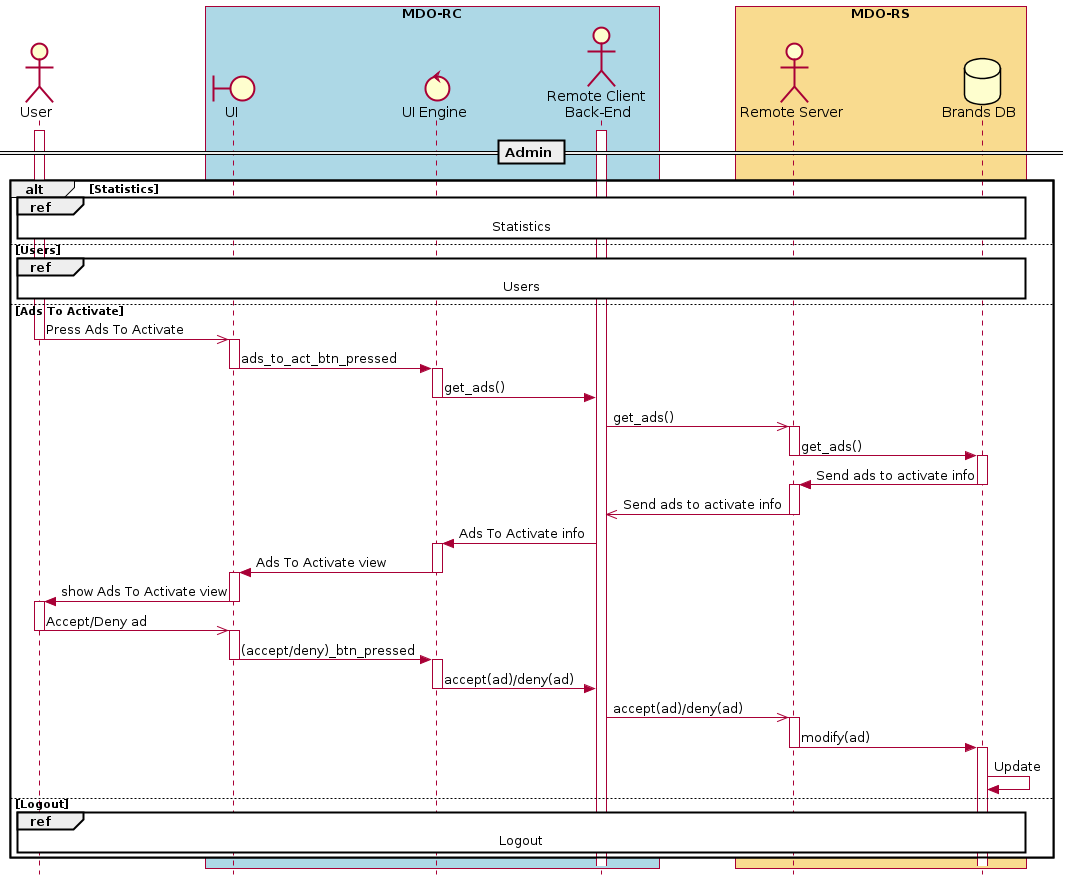
Earlier version of the PlantUML export Proj/report/img/seq-rc-admin-ads-to-act.png (ElectroQuanta/MDO). Its diagram source:
```plantuml
@startuml
skinparam style strictuml
hide footbox


actor User
box "MDO-RC" #LightBlue
boundary "UI" as UI
control "UI Engine" as UIE
actor "Remote Client \nBack-End" as RC
endbox
box "MDO-RS" #f9db8f
actor "Remote Server" as RS
database "Brands DB" as BrandDB
endbox

== Admin ==
activate RC
alt Statistics
 ref over User, UI, UIE, RC, RS, BrandDB: Statistics
else  Users
 ref over User, UI, UIE, RC, RS, BrandDB: Users
else Ads To Activate
 activate User
 User ->> UI : Press Ads To Activate
 deactivate User
 activate UI
 UI -> UIE : ads_to_act_btn_pressed
 deactivate UI
 activate UIE
 UIE -> RC : get_ads()
 deactivate UIE
 RC ->> RS : get_ads()
 activate RS
 RS -> BrandDB : get_ads()
 deactivate RS
 activate BrandDB
 BrandDB -> RS : Send ads to activate info
 deactivate BrandDB
 activate RS
 RS ->> RC : Send ads to activate info
 deactivate RS
 RC -> UIE : Ads To Activate info
 activate UIE
 UIE -> UI : Ads To Activate view
 deactivate UIE
 activate UI
 UI -> User : show Ads To Activate view
 deactivate UI
 activate User
 User ->> UI : Accept/Deny ad
 deactivate User
 activate UI
 UI -> UIE : (accept/deny)_btn_pressed
 deactivate UI
 activate UIE
 UIE -> RC : accept(ad)/deny(ad)
 deactivate UIE
 RC ->> RS : accept(ad)/deny(ad)
 activate RS
 RS -> BrandDB : modify(ad)
 deactivate RS
 activate BrandDB
 BrandDB -> BrandDB : Update
else Logout
  ref over User, UI, UIE, RC, RS, BrandDB: Logout
 end
deactivate User
activate UI
deactivate UI
activate UIE
@enduml
```
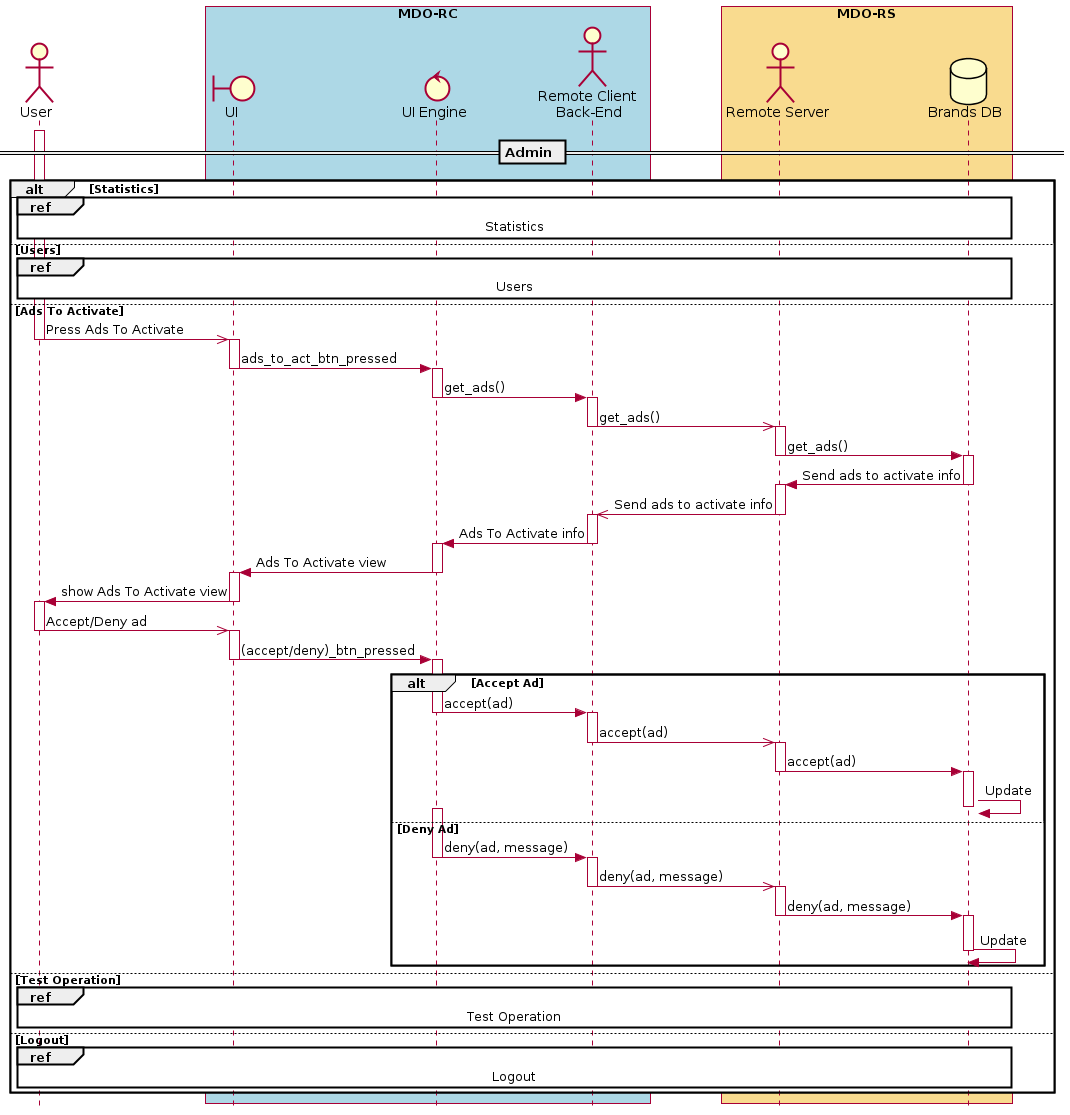
Above is the later version.

Diff of the diagram source:
```diff
@@ -15,7 +15,6 @@
 endbox
 
 == Admin ==
-activate RC
 alt Statistics
  ref over User, UI, UIE, RC, RS, BrandDB: Statistics
 else  Users
@@ -30,7 +29,9 @@
  activate UIE
  UIE -> RC : get_ads()
  deactivate UIE
+ activate RC
  RC ->> RS : get_ads()
+ deactivate RC
  activate RS
  RS -> BrandDB : get_ads()
  deactivate RS
@@ -40,7 +41,9 @@
  activate RS
  RS ->> RC : Send ads to activate info
  deactivate RS
+ activate RC
  RC -> UIE : Ads To Activate info
+ deactivate RC
  activate UIE
  UIE -> UI : Ads To Activate view
  deactivate UIE
@@ -53,18 +56,38 @@
  activate UI
  UI -> UIE : (accept/deny)_btn_pressed
  deactivate UI
- activate UIE
- UIE -> RC : accept(ad)/deny(ad)
- deactivate UIE
- RC ->> RS : accept(ad)/deny(ad)
- activate RS
- RS -> BrandDB : modify(ad)
- deactivate RS
- activate BrandDB
- BrandDB -> BrandDB : Update
+ alt Accept Ad
+   activate UIE
+   UIE -> RC : accept(ad)
+   deactivate UIE
+   activate RC
+   RC ->> RS : accept(ad)
+   deactivate RC
+   activate RS
+   RS -> BrandDB : accept(ad)
+   deactivate RS
+   activate BrandDB
+   BrandDB -> BrandDB : Update
+   deactivate BrandDB
+ else Deny Ad
+   activate UIE
+   UIE -> RC : deny(ad, message)
+   deactivate UIE
+   activate RC
+   RC ->> RS : deny(ad, message)
+   deactivate RC
+   activate RS
+   RS -> BrandDB : deny(ad, message)
+   deactivate RS
+   activate BrandDB
+   BrandDB -> BrandDB : Update
+   deactivate BrandDB
+ end
+else Test Operation
+  ref over User, UI, UIE, RC, RS, BrandDB: Test Operation
 else Logout
   ref over User, UI, UIE, RC, RS, BrandDB: Logout
- end
+end
 deactivate User
 activate UI
 deactivate UI
```
